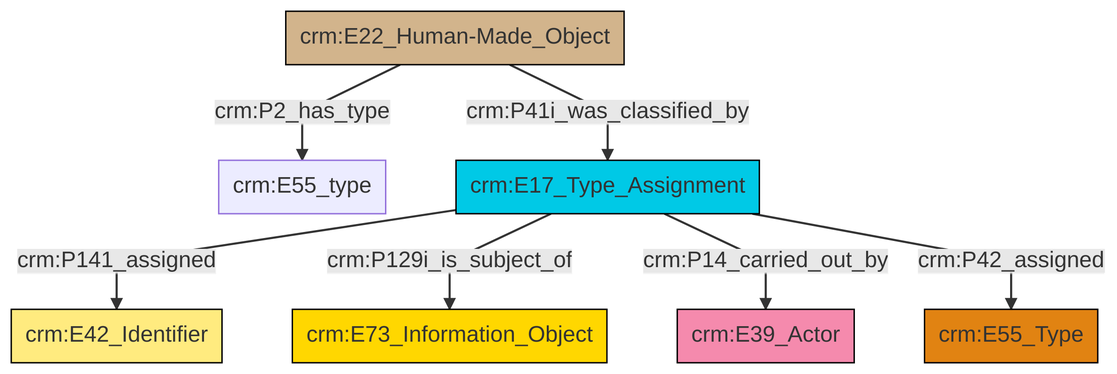
Above: et/builtWorkCSV/ttl/mmd/png/Built_Work_designation_status.png in swiss-art-research-net/docs.swissartresearch (Mermaid), before the change. Its source is kept beside it as et/builtWorkCSV/ttl/mmd/Built_Work_designation_status.ttl.mmd.
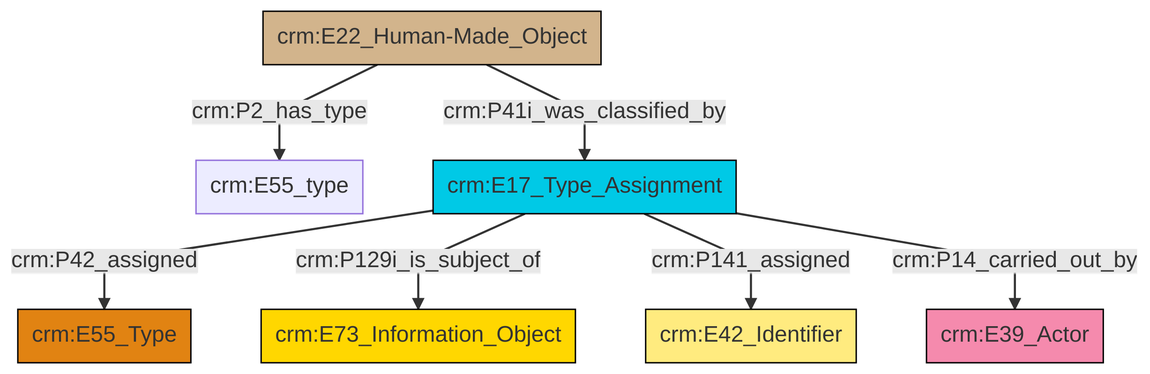
Later version of the same file.

Change to the diagram source:
```diff
@@ -13,9 +13,9 @@
 classDef PC_Classes fill:#4ce600, stroke:#000000;
 classDef Multi fill:#cccccc,stroke:#000000;
 
-6["crm:E17_Type_Assignment"]:::Temporal_Entity -->|crm:P141_assigned| 7["crm:E42_Identifier"]:::Appellation
-2["crm:E22_Human-Made_Object"]:::Physical_Thing -->|crm:P2_has_type| 4["crm:E55_type"]:::Default
-2["crm:E22_Human-Made_Object"]:::Physical_Thing -->|crm:P41i_was_classified_by| 6["crm:E17_Type_Assignment"]:::Temporal_Entity
-6["crm:E17_Type_Assignment"]:::Temporal_Entity -->|crm:P129i_is_subject_of| 9["crm:E73_Information_Object"]:::Conceptual_Object
-6["crm:E17_Type_Assignment"]:::Temporal_Entity -->|crm:P14_carried_out_by| 13["crm:E39_Actor"]:::Actor
-6["crm:E17_Type_Assignment"]:::Temporal_Entity -->|crm:P42_assigned| 0["crm:E55_Type"]:::Type
+2["crm:E17_Type_Assignment"]:::Temporal_Entity -->|crm:P42_assigned| 3["crm:E55_Type"]:::Type
+2["crm:E17_Type_Assignment"]:::Temporal_Entity -->|crm:P129i_is_subject_of| 4["crm:E73_Information_Object"]:::Conceptual_Object
+2["crm:E17_Type_Assignment"]:::Temporal_Entity -->|crm:P141_assigned| 9["crm:E42_Identifier"]:::Appellation
+7["crm:E22_Human-Made_Object"]:::Physical_Thing -->|crm:P41i_was_classified_by| 2["crm:E17_Type_Assignment"]:::Temporal_Entity
+2["crm:E17_Type_Assignment"]:::Temporal_Entity -->|crm:P14_carried_out_by| 12["crm:E39_Actor"]:::Actor
+7["crm:E22_Human-Made_Object"]:::Physical_Thing -->|crm:P2_has_type| 0["crm:E55_type"]:::Default
```
